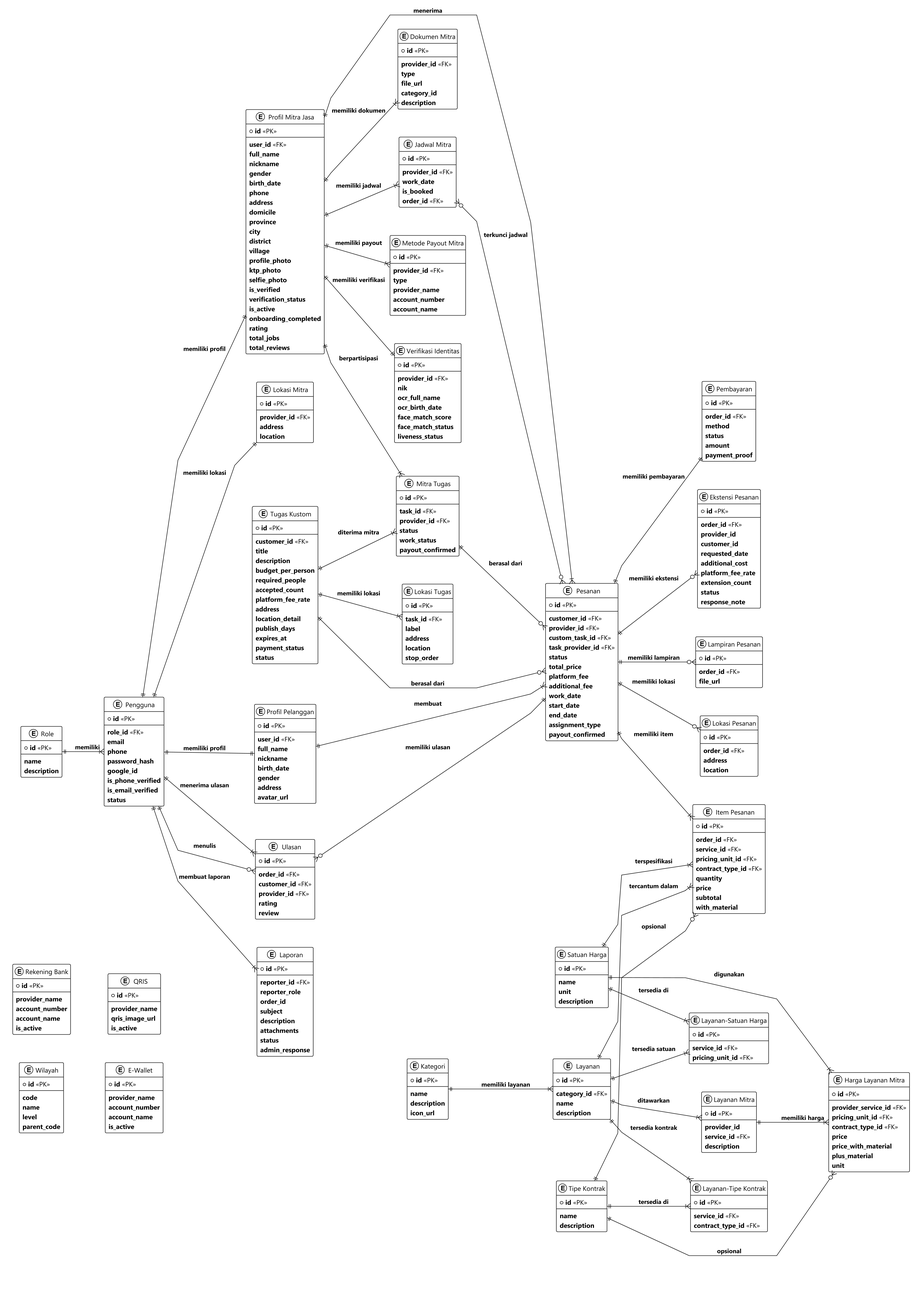
Earlier version of the PlantUML export docs/diagrams/LDM Jasaku.png (MuhammadAnurRiski/Project-JasaApp).
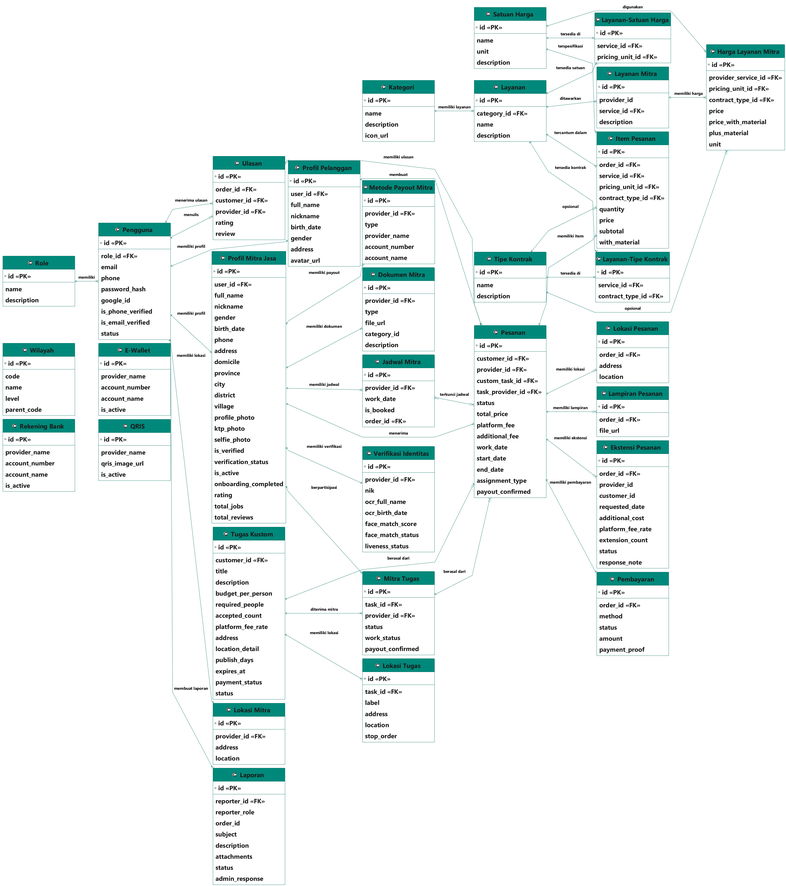
Later version of the same file.

Change to the diagram source:
```diff
@@ -1,382 +1,365 @@
 @startuml LDM Jasaku
-skinparamlocked dpi 200
 !theme plain
 left to right direction
 skinparam backgroundColor #FFFFFF
-skinparam defaultFontName Segoe UI
-skinparam defaultFontSize 14
-skinparam EntityFontSize 16
-skinparam EntityFontStyle bold
-skinparam EntityAttributeFontSize 13
-skinparam EntityAttributeFontStyle bold
-skinparam ArrowFontSize 13
+skinparam defaultFontName "Segoe UI"
+skinparam defaultFontSize 20
+skinparam classBackgroundColor #FFFFFF
+skinparam classBorderColor #00695C
+skinparam classFontColor #212121
+skinparam classAttributeFontColor #1A1A1A
+skinparam classHeaderBackgroundColor #00897B
+skinparam classHeaderFontColor #FFFFFF
+skinparam classFontSize 23
+skinparam classHeaderFontSize 23
+skinparam classAttributeFontSize 28
+skinparam classAttributeFontStyle bold
+skinparam MinClassWidth 320
+skinparam ArrowFontSize 18
 skinparam ArrowFontStyle bold
+skinparam ArrowColor #00695C
 skinparam linetype polyline
-skinparam nodesep 60
-skinparam ranksep 15
-skinparam padding 1
-skinparam entitymargin 3
-skinparam EntityBackgroundColor #FFFFFF
-skinparam EntityBorderColor #455A64
-skinparam EntityFontColor #212121
-skinparam EntityHeaderBackgroundColor #455A64
-skinparam EntityAttributeIconSize 0
-skinparam packageBorderColor #FFFFFF
-skinparam packageBackgroundColor #FFFFFF
-skinparam packageFontSize 0
-skinparam packageBorderThickness 0
+skinparam nodesep 16
+skinparam ranksep 18
+skinparam padding 6
 
-package "Autentikasi" {
-  entity "Role" as role {
-    * **id** <<PK>>
-    --
-    **name**
-    **description**
-  }
-
-  entity "Pengguna" as pengguna {
-    * **id** <<PK>>
-    --
-    **role_id** <<FK>>
-    **email**
-    **phone**
-    **password_hash**
-    **google_id**
-    **is_phone_verified**
-    **is_email_verified**
-    **status**
-  }
-
-  entity "Profil Pelanggan" as profil_pelanggan {
-    * **id** <<PK>>
-    --
-    **user_id** <<FK>>
-    **full_name**
-    **nickname**
-    **birth_date**
-    **gender**
-    **address**
-    **avatar_url**
-  }
+class "Role" as role {
+  * **id** <<PK>>
+  --
+  **name**
+  **description**
 }
 
-package "Mitra" {
-  entity "Profil Mitra Jasa" as profil_provider {
-    * **id** <<PK>>
-    --
-    **user_id** <<FK>>
-    **full_name**
-    **nickname**
-    **gender**
-    **birth_date**
-    **phone**
-    **address**
-    **domicile**
-    **province**
-    **city**
-    **district**
-    **village**
-    **profile_photo**
-    **ktp_photo**
-    **selfie_photo**
-    **is_verified**
-    **verification_status**
-    **is_active**
-    **onboarding_completed**
-    **rating**
-    **total_jobs**
-    **total_reviews**
-  }
-
-  entity "Lokasi Mitra" as lokasi_provider {
-    * **id** <<PK>>
-    --
-    **provider_id** <<FK>>
-    **address**
-    **location**
-  }
-
-  entity "Dokumen Mitra" as dokumen_provider {
-    * **id** <<PK>>
-    --
-    **provider_id** <<FK>>
-    **type**
-    **file_url**
-    **category_id**
-    **description**
-  }
-
-  entity "Verifikasi Identitas" as verifikasi_identitas {
-    * **id** <<PK>>
-    --
-    **provider_id** <<FK>>
-    **nik**
-    **ocr_full_name**
-    **ocr_birth_date**
-    **face_match_score**
-    **face_match_status**
-    **liveness_status**
-  }
-
-  entity "Metode Payout Mitra" as metode_pembayaran {
-    * **id** <<PK>>
-    --
-    **provider_id** <<FK>>
-    **type**
-    **provider_name**
-    **account_number**
-    **account_name**
-  }
-
-  entity "Jadwal Mitra" as jadwal_provider {
-    * **id** <<PK>>
-    --
-    **provider_id** <<FK>>
-    **work_date**
-    **is_booked**
-    **order_id** <<FK>>
-  }
+class "Pengguna" as pengguna {
+  * **id** <<PK>>
+  --
+  **role_id** <<FK>>
+  **email**
+  **phone**
+  **password_hash**
+  **google_id**
+  **is_phone_verified**
+  **is_email_verified**
+  **status**
 }
 
-package "Katalog" {
-  entity "Kategori" as kategori {
-    * **id** <<PK>>
-    --
-    **name**
-    **description**
-    **icon_url**
-  }
-
-  entity "Layanan" as layanan {
-    * **id** <<PK>>
-    --
-    **category_id** <<FK>>
-    **name**
-    **description**
-  }
-
-  entity "Satuan Harga" as satuan_harga {
-    * **id** <<PK>>
-    --
-    **name**
-    **unit**
-    **description**
-  }
-
-  entity "Tipe Kontrak" as tipe_kontrak {
-    * **id** <<PK>>
-    --
-    **name**
-    **description**
-  }
-
-  entity "Layanan Mitra" as layanan_provider {
-    * **id** <<PK>>
-    --
-    **provider_id**
-    **service_id** <<FK>>
-    **description**
-  }
-
-  entity "Harga Layanan Mitra" as harga_layanan {
-    * **id** <<PK>>
-    --
-    **provider_service_id** <<FK>>
-    **pricing_unit_id** <<FK>>
-    **contract_type_id** <<FK>>
-    **price**
-    **price_with_material**
-    **plus_material**
-    **unit**
-  }
-
-  entity "Layanan-Satuan Harga" as layanan_satuan {
-    * **id** <<PK>>
-    --
-    **service_id** <<FK>>
-    **pricing_unit_id** <<FK>>
-  }
-
-  entity "Layanan-Tipe Kontrak" as layanan_kontrak {
-    * **id** <<PK>>
-    --
-    **service_id** <<FK>>
-    **contract_type_id** <<FK>>
-  }
+class "Profil Pelanggan" as profil_pelanggan {
+  * **id** <<PK>>
+  --
+  **user_id** <<FK>>
+  **full_name**
+  **nickname**
+  **birth_date**
+  **gender**
+  **address**
+  **avatar_url**
 }
 
-package "Pesanan" {
-  entity "Pesanan" as pesanan {
-    * **id** <<PK>>
-    --
-    **customer_id** <<FK>>
-    **provider_id** <<FK>>
-    **custom_task_id** <<FK>>
-    **task_provider_id** <<FK>>
-    **status**
-    **total_price**
-    **platform_fee**
-    **additional_fee**
-    **work_date**
-    **start_date**
-    **end_date**
-    **assignment_type**
-    **payout_confirmed**
-  }
-
-  entity "Item Pesanan" as item_pesanan {
-    * **id** <<PK>>
-    --
-    **order_id** <<FK>>
-    **service_id** <<FK>>
-    **pricing_unit_id** <<FK>>
-    **contract_type_id** <<FK>>
-    **quantity**
-    **price**
-    **subtotal**
-    **with_material**
-  }
-
-  entity "Lokasi Pesanan" as lokasi_pesanan {
-    * **id** <<PK>>
-    --
-    **order_id** <<FK>>
-    **address**
-    **location**
-  }
-
-  entity "Lampiran Pesanan" as lampiran_pesanan {
-    * **id** <<PK>>
-    --
-    **order_id** <<FK>>
-    **file_url**
-  }
-
-  entity "Ekstensi Pesanan" as ekstensi_pesanan {
-    * **id** <<PK>>
-    --
-    **order_id** <<FK>>
-    **provider_id**
-    **customer_id**
-    **requested_date**
-    **additional_cost**
-    **platform_fee_rate**
-    **extension_count**
-    **status**
-    **response_note**
-  }
-
-  entity "Pembayaran" as pembayaran {
-    * **id** <<PK>>
-    --
-    **order_id** <<FK>>
-    **method**
-    **status**
-    **amount**
-    **payment_proof**
-  }
+class "Profil Mitra Jasa" as profil_provider {
+  * **id** <<PK>>
+  --
+  **user_id** <<FK>>
+  **full_name**
+  **nickname**
+  **gender**
+  **birth_date**
+  **phone**
+  **address**
+  **domicile**
+  **province**
+  **city**
+  **district**
+  **village**
+  **profile_photo**
+  **ktp_photo**
+  **selfie_photo**
+  **is_verified**
+  **verification_status**
+  **is_active**
+  **onboarding_completed**
+  **rating**
+  **total_jobs**
+  **total_reviews**
 }
 
-package "Tugas Kustom" {
-  entity "Tugas Kustom" as tugas_kustom {
-    * **id** <<PK>>
-    --
-    **customer_id** <<FK>>
-    **title**
-    **description**
-    **budget_per_person**
-    **required_people**
-    **accepted_count**
-    **platform_fee_rate**
-    **address**
-    **location_detail**
-    **publish_days**
-    **expires_at**
-    **payment_status**
-    **status**
-  }
-
-  entity "Lokasi Tugas" as lokasi_tugas {
-    * **id** <<PK>>
-    --
-    **task_id** <<FK>>
-    **label**
-    **address**
-    **location**
-    **stop_order**
-  }
-
-  entity "Mitra Tugas" as provider_tugas {
-    * **id** <<PK>>
-    --
-    **task_id** <<FK>>
-    **provider_id** <<FK>>
-    **status**
-    **work_status**
-    **payout_confirmed**
-  }
+class "Lokasi Mitra" as lokasi_provider {
+  * **id** <<PK>>
+  --
+  **provider_id** <<FK>>
+  **address**
+  **location**
 }
 
-package "Review & Laporan" {
-  entity "Ulasan" as ulasan {
-    * **id** <<PK>>
-    --
-    **order_id** <<FK>>
-    **customer_id** <<FK>>
-    **provider_id** <<FK>>
-    **rating**
-    **review**
-  }
-
-  entity "Laporan" as laporan {
-    * **id** <<PK>>
-    --
-    **reporter_id** <<FK>>
-    **reporter_role**
-    **order_id**
-    **subject**
-    **description**
-    **attachments**
-    **status**
-    **admin_response**
-  }
+class "Dokumen Mitra" as dokumen_provider {
+  * **id** <<PK>>
+  --
+  **provider_id** <<FK>>
+  **type**
+  **file_url**
+  **category_id**
+  **description**
 }
 
-package "Data Pendukung" {
-  entity "Wilayah" as wilayah {
-    * **id** <<PK>>
-    --
-    **code**
-    **name**
-    **level**
-    **parent_code**
-  }
+class "Verifikasi Identitas" as verifikasi_identitas {
+  * **id** <<PK>>
+  --
+  **provider_id** <<FK>>
+  **nik**
+  **ocr_full_name**
+  **ocr_birth_date**
+  **face_match_score**
+  **face_match_status**
+  **liveness_status**
+}
 
-  entity "Rekening Bank" as rekening_bank {
-    * **id** <<PK>>
-    --
-    **provider_name**
-    **account_number**
-    **account_name**
-    **is_active**
-  }
+class "Metode Payout Mitra" as metode_pembayaran {
+  * **id** <<PK>>
+  --
+  **provider_id** <<FK>>
+  **type**
+  **provider_name**
+  **account_number**
+  **account_name**
+}
 
-  entity "E-Wallet" as ewallet_admin {
-    * **id** <<PK>>
-    --
-    **provider_name**
-    **account_number**
-    **account_name**
-    **is_active**
-  }
+class "Jadwal Mitra" as jadwal_provider {
+  * **id** <<PK>>
+  --
+  **provider_id** <<FK>>
+  **work_date**
+  **is_booked**
+  **order_id** <<FK>>
+}
 
-  entity "QRIS" as qris_admin {
-    * **id** <<PK>>
-    --
-    **provider_name**
-    **qris_image_url**
-    **is_active**
-  }
+class "Kategori" as kategori {
+  * **id** <<PK>>
+  --
+  **name**
+  **description**
+  **icon_url**
+}
+
+class "Layanan" as layanan {
+  * **id** <<PK>>
+  --
+  **category_id** <<FK>>
+  **name**
+  **description**
+}
+
+class "Satuan Harga" as satuan_harga {
+  * **id** <<PK>>
+  --
+  **name**
+  **unit**
+  **description**
+}
+
+class "Tipe Kontrak" as tipe_kontrak {
+  * **id** <<PK>>
+  --
+  **name**
+  **description**
+}
+
+class "Layanan Mitra" as layanan_provider {
+  * **id** <<PK>>
+  --
+  **provider_id**
+  **service_id** <<FK>>
+  **description**
+}
+
+class "Harga Layanan Mitra" as harga_layanan {
+  * **id** <<PK>>
+  --
+  **provider_service_id** <<FK>>
+  **pricing_unit_id** <<FK>>
+  **contract_type_id** <<FK>>
+  **price**
+  **price_with_material**
+  **plus_material**
+  **unit**
+}
+
+class "Layanan-Satuan Harga" as layanan_satuan {
+  * **id** <<PK>>
+  --
+  **service_id** <<FK>>
+  **pricing_unit_id** <<FK>>
+}
+
+class "Layanan-Tipe Kontrak" as layanan_kontrak {
+  * **id** <<PK>>
+  --
+  **service_id** <<FK>>
+  **contract_type_id** <<FK>>
+}
+
+class "Pesanan" as pesanan {
+  * **id** <<PK>>
+  --
+  **customer_id** <<FK>>
+  **provider_id** <<FK>>
+  **custom_task_id** <<FK>>
+  **task_provider_id** <<FK>>
+  **status**
+  **total_price**
+  **platform_fee**
+  **additional_fee**
+  **work_date**
+  **start_date**
+  **end_date**
+  **assignment_type**
+  **payout_confirmed**
+}
+
+class "Item Pesanan" as item_pesanan {
+  * **id** <<PK>>
+  --
+  **order_id** <<FK>>
+  **service_id** <<FK>>
+  **pricing_unit_id** <<FK>>
+  **contract_type_id** <<FK>>
+  **quantity**
+  **price**
+  **subtotal**
+  **with_material**
+}
+
+class "Lokasi Pesanan" as lokasi_pesanan {
+  * **id** <<PK>>
+  --
+  **order_id** <<FK>>
+  **address**
+  **location**
+}
+
+class "Lampiran Pesanan" as lampiran_pesanan {
+  * **id** <<PK>>
+  --
+  **order_id** <<FK>>
+  **file_url**
+}
+
+class "Ekstensi Pesanan" as ekstensi_pesanan {
+  * **id** <<PK>>
+  --
+  **order_id** <<FK>>
+  **provider_id**
+  **customer_id**
+  **requested_date**
+  **additional_cost**
+  **platform_fee_rate**
+  **extension_count**
+  **status**
+  **response_note**
+}
+
+class "Pembayaran" as pembayaran {
+  * **id** <<PK>>
+  --
+  **order_id** <<FK>>
+  **method**
+  **status**
+  **amount**
+  **payment_proof**
+}
+
+class "Tugas Kustom" as tugas_kustom {
+  * **id** <<PK>>
+  --
+  **customer_id** <<FK>>
+  **title**
+  **description**
+  **budget_per_person**
+  **required_people**
+  **accepted_count**
+  **platform_fee_rate**
+  **address**
+  **location_detail**
+  **publish_days**
+  **expires_at**
+  **payment_status**
+  **status**
+}
+
+class "Lokasi Tugas" as lokasi_tugas {
+  * **id** <<PK>>
+  --
+  **task_id** <<FK>>
+  **label**
+  **address**
+  **location**
+  **stop_order**
+}
+
+class "Mitra Tugas" as provider_tugas {
+  * **id** <<PK>>
+  --
+  **task_id** <<FK>>
+  **provider_id** <<FK>>
+  **status**
+  **work_status**
+  **payout_confirmed**
+}
+
+class "Ulasan" as ulasan {
+  * **id** <<PK>>
+  --
+  **order_id** <<FK>>
+  **customer_id** <<FK>>
+  **provider_id** <<FK>>
+  **rating**
+  **review**
+}
+
+class "Laporan" as laporan {
+  * **id** <<PK>>
+  --
+  **reporter_id** <<FK>>
+  **reporter_role**
+  **order_id**
+  **subject**
+  **description**
+  **attachments**
+  **status**
+  **admin_response**
+}
+
+class "Wilayah" as wilayah {
+  * **id** <<PK>>
+  --
+  **code**
+  **name**
+  **level**
+  **parent_code**
+}
+
+class "Rekening Bank" as rekening_bank {
+  * **id** <<PK>>
+  --
+  **provider_name**
+  **account_number**
+  **account_name**
+  **is_active**
+}
+
+class "E-Wallet" as ewallet_admin {
+  * **id** <<PK>>
+  --
+  **provider_name**
+  **account_number**
+  **account_name**
+  **is_active**
+}
+
+class "QRIS" as qris_admin {
+  * **id** <<PK>>
+  --
+  **provider_name**
+  **qris_image_url**
+  **is_active**
 }
 
 role ||--|{ pengguna : "memiliki"
```
